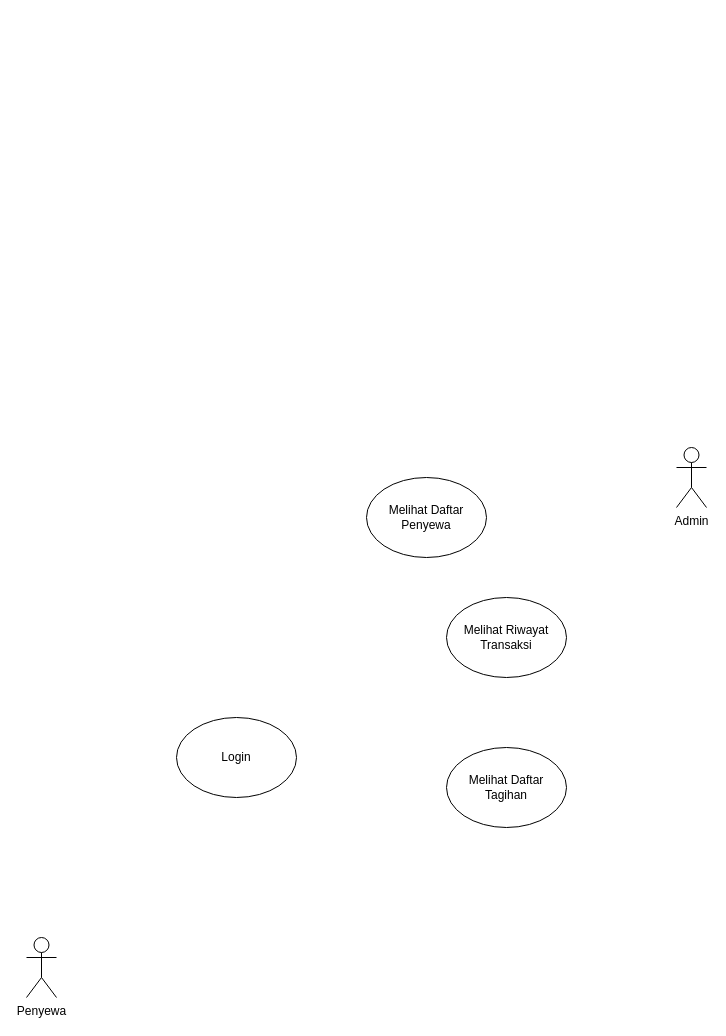
Earlier version of the draw.io diagram usecase_skripsi.drawio (juanangelaalma/uml). Source tidied: cells renumbered, new cells numbered last; positions are measured from the earlier drawing's top-left corner, leaving out a move shared by most shapes. Both pictures are drawn from the tidied source at 100%, with x=0, y=0 at pixel (26, 447).
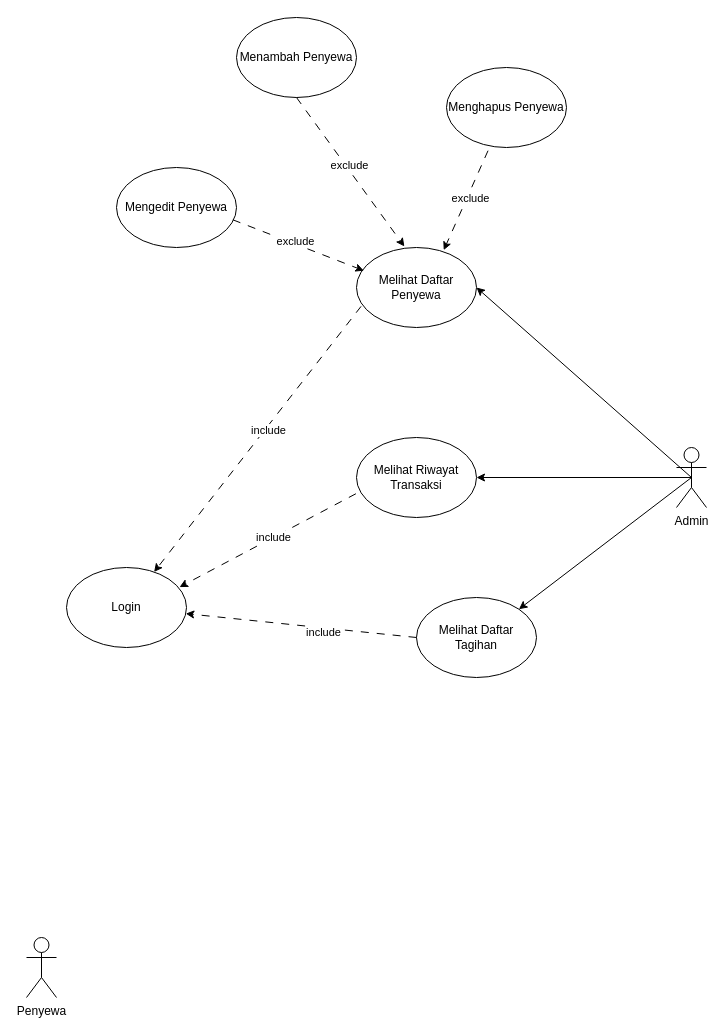
The same page after the edit.

Unchanged cells that the change refers to:
```xml
<mxCell id="2" value="Admin" style="shape=umlActor;verticalLabelPosition=bottom;verticalAlign=top;html=1;outlineConnect=0;" parent="1" vertex="1">
  <mxGeometry x="650" width="30" height="60" as="geometry" />
</mxCell>
```

Diff of the diagram source:
```diff
@@
     <mxCell id="4" value="Login" style="ellipse;whiteSpace=wrap;html=1;" parent="1" vertex="1">
-      <mxGeometry x="150" y="270" width="120" height="80" as="geometry" />
+      <mxGeometry x="40" y="120" width="120" height="80" as="geometry" />
     </mxCell>
     <mxCell id="5" value="Melihat Daftar Penyewa" style="ellipse;whiteSpace=wrap;html=1;" parent="1" vertex="1">
-      <mxGeometry x="340" y="30" width="120" height="80" as="geometry" />
+      <mxGeometry x="330" y="-200" width="120" height="80" as="geometry" />
     </mxCell>
     <mxCell id="6" value="Melihat Riwayat Transaksi" style="ellipse;whiteSpace=wrap;html=1;" parent="1" vertex="1">
-      <mxGeometry x="420" y="150" width="120" height="80" as="geometry" />
+      <mxGeometry x="330" y="-10" width="120" height="80" as="geometry" />
     </mxCell>
     <mxCell id="7" value="Melihat Daftar Tagihan" style="ellipse;whiteSpace=wrap;html=1;" parent="1" vertex="1">
-      <mxGeometry x="420" y="300" width="120" height="80" as="geometry" />
+      <mxGeometry x="390" y="150" width="120" height="80" as="geometry" />
     </mxCell>
+    <mxCell id="8" style="endArrow=classic;html=1;rounded=0;entryX=1;entryY=0.5;entryDx=0;entryDy=0;exitX=0.5;exitY=0.5;exitDx=0;exitDy=0;exitPerimeter=0;" parent="1" edge="1" source="2" target="5">
+      <mxGeometry relative="1" as="geometry" />
+    </mxCell>
+    <mxCell id="9" style="endArrow=classic;html=1;rounded=0;entryX=1;entryY=0.5;entryDx=0;entryDy=0;exitX=0.5;exitY=0.5;exitDx=0;exitDy=0;exitPerimeter=0;" parent="1" edge="1" source="2" target="6">
+      <mxGeometry relative="1" as="geometry" />
+    </mxCell>
+    <mxCell id="10" style="endArrow=classic;html=1;rounded=0;entryX=1;entryY=0;entryDx=0;entryDy=0;exitX=0.5;exitY=0.5;exitDx=0;exitDy=0;exitPerimeter=0;" parent="1" edge="1" source="2" target="7">
+      <mxGeometry relative="1" as="geometry" />
+    </mxCell>
+    <mxCell id="11" style="endArrow=classic;html=1;rounded=0;entryX=0.942;entryY=0.245;entryDx=0;entryDy=0;exitX=-0.005;exitY=0.703;exitDx=0;exitDy=0;dashed=1;dashPattern=8 8;entryPerimeter=0;exitPerimeter=0;" parent="1" edge="1" source="6" target="4">
+      <mxGeometry relative="1" as="geometry" />
+    </mxCell>
+    <mxCell id="12" value="include" style="edgeLabel;html=1;align=center;verticalAlign=middle;" parent="11" vertex="1">
+      <mxGeometry x="-0.06" y="-1" relative="1" as="geometry">
+        <mxPoint x="1" as="offset" />
+      </mxGeometry>
+    </mxCell>
+    <mxCell id="13" style="endArrow=classic;html=1;rounded=0;exitX=0.038;exitY=0.736;exitDx=0;exitDy=0;dashed=1;dashPattern=8 8;exitPerimeter=0;" parent="1" edge="1" source="5" target="4">
+      <mxGeometry relative="1" as="geometry" />
+    </mxCell>
+    <mxCell id="14" value="include" style="edgeLabel;html=1;align=center;verticalAlign=middle;" parent="13" vertex="1">
+      <mxGeometry x="-0.08" y="3" relative="1" as="geometry" />
+    </mxCell>
+    <mxCell id="15" style="endArrow=classic;html=1;rounded=0;exitX=0;exitY=0.5;exitDx=0;exitDy=0;dashed=1;dashPattern=8 8;" parent="1" edge="1" source="7" target="4">
+      <mxGeometry relative="1" as="geometry" />
+    </mxCell>
+    <mxCell id="16" value="include" style="edgeLabel;html=1;align=center;verticalAlign=middle;" parent="15" vertex="1">
+      <mxGeometry x="-0.19" y="4" relative="1" as="geometry" />
+    </mxCell>
+    <mxCell id="17" value="Menambah Penyewa" style="ellipse;whiteSpace=wrap;html=1;" parent="1" vertex="1">
+      <mxGeometry x="210" y="-430" width="120" height="80" as="geometry" />
+    </mxCell>
+    <mxCell id="18" value="Menghapus Penyewa" style="ellipse;whiteSpace=wrap;html=1;" parent="1" vertex="1">
+      <mxGeometry x="420" y="-380" width="120" height="80" as="geometry" />
+    </mxCell>
+    <mxCell id="19" value="Mengedit Penyewa" style="ellipse;whiteSpace=wrap;html=1;" parent="1" vertex="1">
+      <mxGeometry x="90" y="-280" width="120" height="80" as="geometry" />
+    </mxCell>
+    <mxCell id="20" style="endArrow=classic;html=1;rounded=0;exitX=0.5;exitY=1;exitDx=0;exitDy=0;dashed=1;dashPattern=8 8;entryX=0.399;entryY=-0.013;entryDx=0;entryDy=0;entryPerimeter=0;" parent="1" edge="1" source="17" target="5">
+      <mxGeometry relative="1" as="geometry" />
+    </mxCell>
+    <mxCell id="21" value="exclude" style="edgeLabel;html=1;align=center;verticalAlign=middle;" parent="20" vertex="1">
+      <mxGeometry x="-0.08" y="3" relative="1" as="geometry" />
+    </mxCell>
+    <mxCell id="22" style="endArrow=classic;html=1;rounded=0;exitX=0.346;exitY=1.04;exitDx=0;exitDy=0;dashed=1;dashPattern=8 8;entryX=0.727;entryY=0.033;entryDx=0;entryDy=0;exitPerimeter=0;entryPerimeter=0;" parent="1" edge="1" source="18" target="5">
+      <mxGeometry relative="1" as="geometry" />
+    </mxCell>
+    <mxCell id="23" value="exclude" style="edgeLabel;html=1;align=center;verticalAlign=middle;" parent="22" vertex="1">
+      <mxGeometry x="-0.08" y="3" relative="1" as="geometry" />
+    </mxCell>
+    <mxCell id="24" style="endArrow=classic;html=1;rounded=0;exitX=0.97;exitY=0.654;exitDx=0;exitDy=0;dashed=1;dashPattern=8 8;entryX=0.061;entryY=0.29;entryDx=0;entryDy=0;exitPerimeter=0;entryPerimeter=0;" parent="1" edge="1" source="19" target="5">
+      <mxGeometry relative="1" as="geometry" />
+    </mxCell>
+    <mxCell id="25" value="exclude" style="edgeLabel;html=1;align=center;verticalAlign=middle;" parent="24" vertex="1">
+      <mxGeometry x="-0.08" y="3" relative="1" as="geometry" />
+    </mxCell>
```
